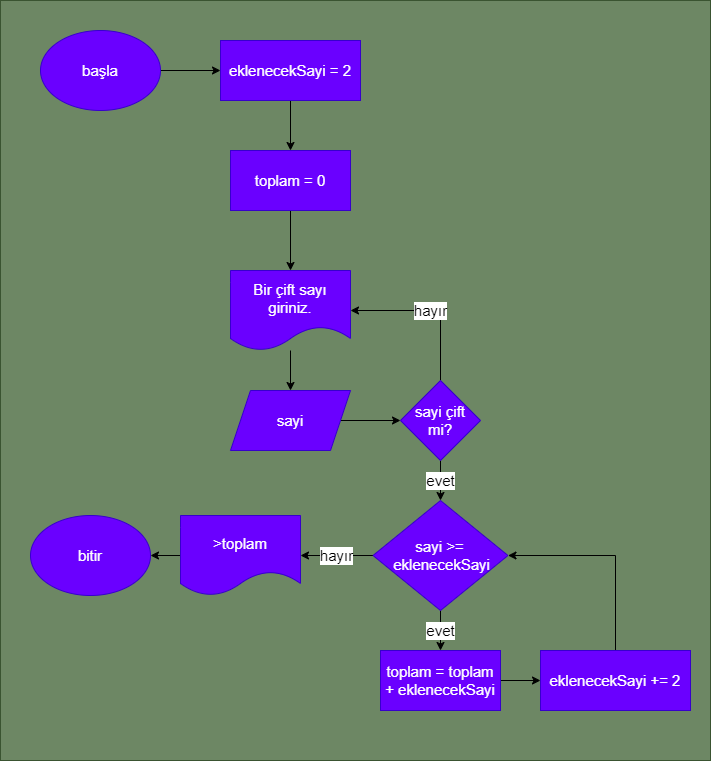
Above: SumOfEvenNumbers/SumOfEvenNumbers.drawio.png in ramazanaltintop/algorithm-flow-charts (draw.io), before the change. Source tidied: cells renumbered, new cells last; positions are measured from the earlier drawing's top-left corner, leaving out a move shared by most shapes. The source it was exported from:
```xml
<mxGraphModel>
  <root>
    <mxCell id="0" />
    <mxCell id="1" parent="0" />
    <mxCell id="2" style="rounded=0;whiteSpace=wrap;html=1;fillColor=#6d8764;fontColor=#ffffff;strokeColor=#3A5431;fontSize=15;" parent="1" vertex="1">
      <mxGeometry width="710" height="760" as="geometry" />
    </mxCell>
    <mxCell id="3" style="edgeStyle=none;html=1;entryX=0;entryY=0.5;entryDx=0;entryDy=0;fontSize=15;" parent="1" edge="1" source="4" target="17">
      <mxGeometry relative="1" as="geometry" />
    </mxCell>
    <mxCell id="4" value="başla" style="ellipse;whiteSpace=wrap;html=1;fillColor=#6a00ff;fontColor=#ffffff;strokeColor=#3700CC;fontSize=15;" parent="1" vertex="1">
      <mxGeometry x="40" y="30" width="120" height="80" as="geometry" />
    </mxCell>
    <mxCell id="5" style="edgeStyle=none;html=1;fontSize=15;" parent="1" edge="1" source="6" target="8">
      <mxGeometry relative="1" as="geometry" />
    </mxCell>
    <mxCell id="6" value="Bir çift sayı giriniz." style="shape=document;whiteSpace=wrap;html=1;boundedLbl=1;fillColor=#6a00ff;fontColor=#ffffff;strokeColor=#3700CC;fontSize=15;" parent="1" vertex="1">
      <mxGeometry x="230" y="270" width="120" height="80" as="geometry" />
    </mxCell>
    <mxCell id="7" style="edgeStyle=none;html=1;fontSize=15;" parent="1" edge="1" source="8" target="11">
      <mxGeometry relative="1" as="geometry" />
    </mxCell>
    <mxCell id="8" value="sayi" style="shape=parallelogram;perimeter=parallelogramPerimeter;whiteSpace=wrap;html=1;fixedSize=1;fillColor=#6a00ff;fontColor=#ffffff;strokeColor=#3700CC;fontSize=15;" parent="1" vertex="1">
      <mxGeometry x="230" y="390" width="120" height="60" as="geometry" />
    </mxCell>
    <mxCell id="9" value="hayır" style="edgeStyle=none;html=1;entryX=1;entryY=0.5;entryDx=0;entryDy=0;rounded=0;fontSize=15;" parent="1" edge="1" source="11" target="6">
      <mxGeometry relative="1" as="geometry">
        <Array as="points">
          <mxPoint x="440" y="310" />
        </Array>
      </mxGeometry>
    </mxCell>
    <mxCell id="10" value="evet" style="edgeStyle=none;rounded=0;html=1;entryX=0.5;entryY=0;entryDx=0;entryDy=0;fontSize=15;" parent="1" edge="1" source="11" target="22">
      <mxGeometry relative="1" as="geometry" />
    </mxCell>
    <mxCell id="11" value="sayi çift mi?" style="rhombus;whiteSpace=wrap;html=1;fillColor=#6a00ff;fontColor=#ffffff;strokeColor=#3700CC;fontSize=15;" parent="1" vertex="1">
      <mxGeometry x="400" y="380" width="80" height="80" as="geometry" />
    </mxCell>
    <mxCell id="12" style="edgeStyle=none;rounded=0;html=1;entryX=0.5;entryY=0;entryDx=0;entryDy=0;fontSize=15;" parent="1" edge="1" source="13" target="6">
      <mxGeometry relative="1" as="geometry" />
    </mxCell>
    <mxCell id="13" value="toplam = 0" style="rounded=0;whiteSpace=wrap;html=1;fillColor=#6a00ff;fontColor=#ffffff;strokeColor=#3700CC;fontSize=15;" parent="1" vertex="1">
      <mxGeometry x="230" y="150" width="120" height="60" as="geometry" />
    </mxCell>
    <mxCell id="14" style="edgeStyle=none;rounded=0;html=1;fontSize=15;" parent="1" edge="1" source="15" target="19">
      <mxGeometry relative="1" as="geometry" />
    </mxCell>
    <mxCell id="15" value="toplam = toplam + eklenecekSayi" style="rounded=0;whiteSpace=wrap;html=1;fillColor=#6a00ff;fontColor=#ffffff;strokeColor=#3700CC;fontSize=15;" parent="1" vertex="1">
      <mxGeometry x="380" y="650" width="120" height="60" as="geometry" />
    </mxCell>
    <mxCell id="16" style="edgeStyle=none;rounded=0;html=1;entryX=0.5;entryY=0;entryDx=0;entryDy=0;fontSize=15;" parent="1" edge="1" source="17" target="13">
      <mxGeometry relative="1" as="geometry" />
    </mxCell>
    <mxCell id="17" value="eklenecekSayi = 2" style="rounded=0;whiteSpace=wrap;html=1;fillColor=#6a00ff;fontColor=#ffffff;strokeColor=#3700CC;fontSize=15;" parent="1" vertex="1">
      <mxGeometry x="220" y="40" width="140" height="60" as="geometry" />
    </mxCell>
    <mxCell id="18" style="edgeStyle=none;rounded=0;html=1;exitX=0.5;exitY=0;exitDx=0;exitDy=0;entryX=1;entryY=0.5;entryDx=0;entryDy=0;fontSize=15;" parent="1" edge="1" source="19" target="22">
      <mxGeometry relative="1" as="geometry">
        <Array as="points">
          <mxPoint x="615" y="555" />
        </Array>
      </mxGeometry>
    </mxCell>
    <mxCell id="19" value="eklenecekSayi += 2" style="rounded=0;whiteSpace=wrap;html=1;fillColor=#6a00ff;fontColor=#ffffff;strokeColor=#3700CC;fontSize=15;" parent="1" vertex="1">
      <mxGeometry x="540" y="650" width="150" height="60" as="geometry" />
    </mxCell>
    <mxCell id="20" value="evet" style="edgeStyle=none;rounded=0;html=1;fontSize=15;" parent="1" edge="1" source="22" target="15">
      <mxGeometry relative="1" as="geometry" />
    </mxCell>
    <mxCell id="21" value="hayır" style="edgeStyle=none;rounded=0;html=1;entryX=1;entryY=0.5;entryDx=0;entryDy=0;fontSize=15;" parent="1" edge="1" source="22" target="25">
      <mxGeometry relative="1" as="geometry" />
    </mxCell>
    <mxCell id="22" value="sayi &amp;gt;=&lt;br style=&quot;font-size: 15px;&quot;&gt;&amp;nbsp;eklenecekSayi" style="rhombus;whiteSpace=wrap;html=1;fillColor=#6a00ff;fontColor=#ffffff;strokeColor=#3700CC;fontSize=15;" parent="1" vertex="1">
      <mxGeometry x="372.5" y="500" width="135" height="110" as="geometry" />
    </mxCell>
    <mxCell id="23" value="bitir" style="ellipse;whiteSpace=wrap;html=1;fillColor=#6a00ff;fontColor=#ffffff;strokeColor=#3700CC;fontSize=15;" parent="1" vertex="1">
      <mxGeometry x="30" y="515" width="120" height="80" as="geometry" />
    </mxCell>
    <mxCell id="24" style="edgeStyle=none;rounded=0;html=1;fontSize=15;" parent="1" edge="1" source="25" target="23">
      <mxGeometry relative="1" as="geometry" />
    </mxCell>
    <mxCell id="25" value="&amp;gt;toplam" style="shape=document;whiteSpace=wrap;html=1;boundedLbl=1;fillColor=#6a00ff;fontColor=#ffffff;strokeColor=#3700CC;fontSize=15;" parent="1" vertex="1">
      <mxGeometry x="180" y="515" width="120" height="80" as="geometry" />
    </mxCell>
  </root>
</mxGraphModel>
```
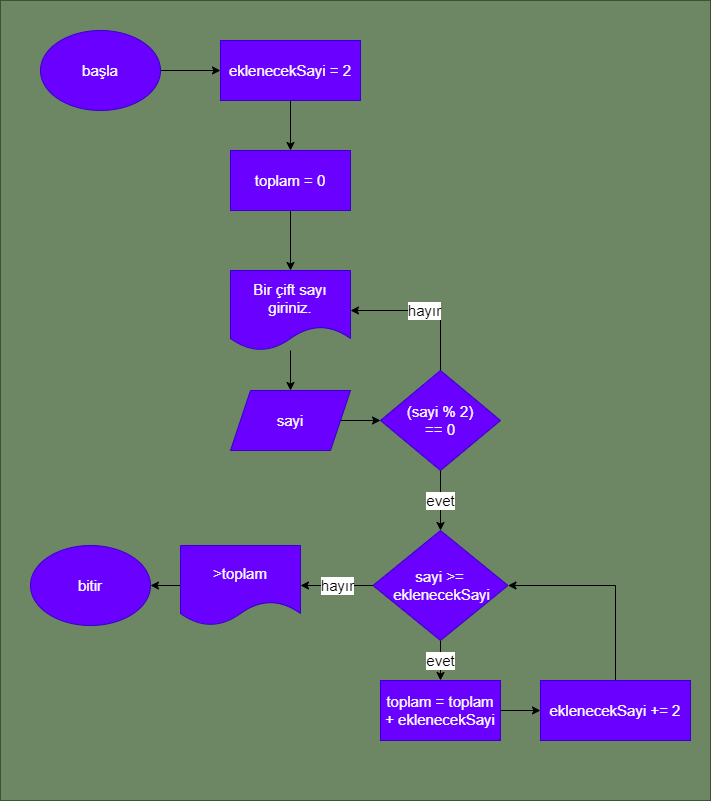
Later version of the same file.

Change to the diagram source:
```diff
@@ -3,66 +3,66 @@
     <mxCell id="0" />
     <mxCell id="1" parent="0" />
     <mxCell id="2" style="rounded=0;whiteSpace=wrap;html=1;fillColor=#6d8764;fontColor=#ffffff;strokeColor=#3A5431;fontSize=15;" parent="1" vertex="1">
-      <mxGeometry width="710" height="760" as="geometry" />
+      <mxGeometry y="-20" width="710" height="800" as="geometry" />
     </mxCell>
     <mxCell id="3" style="edgeStyle=none;html=1;entryX=0;entryY=0.5;entryDx=0;entryDy=0;fontSize=15;" parent="1" edge="1" source="4" target="17">
       <mxGeometry relative="1" as="geometry" />
     </mxCell>
     <mxCell id="4" value="başla" style="ellipse;whiteSpace=wrap;html=1;fillColor=#6a00ff;fontColor=#ffffff;strokeColor=#3700CC;fontSize=15;" parent="1" vertex="1">
-      <mxGeometry x="40" y="30" width="120" height="80" as="geometry" />
+      <mxGeometry x="40" y="10" width="120" height="80" as="geometry" />
     </mxCell>
     <mxCell id="5" style="edgeStyle=none;html=1;fontSize=15;" parent="1" edge="1" source="6" target="8">
       <mxGeometry relative="1" as="geometry" />
     </mxCell>
     <mxCell id="6" value="Bir çift sayı giriniz." style="shape=document;whiteSpace=wrap;html=1;boundedLbl=1;fillColor=#6a00ff;fontColor=#ffffff;strokeColor=#3700CC;fontSize=15;" parent="1" vertex="1">
-      <mxGeometry x="230" y="270" width="120" height="80" as="geometry" />
+      <mxGeometry x="230" y="250" width="120" height="80" as="geometry" />
     </mxCell>
     <mxCell id="7" style="edgeStyle=none;html=1;fontSize=15;" parent="1" edge="1" source="8" target="11">
       <mxGeometry relative="1" as="geometry" />
     </mxCell>
     <mxCell id="8" value="sayi" style="shape=parallelogram;perimeter=parallelogramPerimeter;whiteSpace=wrap;html=1;fixedSize=1;fillColor=#6a00ff;fontColor=#ffffff;strokeColor=#3700CC;fontSize=15;" parent="1" vertex="1">
-      <mxGeometry x="230" y="390" width="120" height="60" as="geometry" />
+      <mxGeometry x="230" y="370" width="120" height="60" as="geometry" />
     </mxCell>
     <mxCell id="9" value="hayır" style="edgeStyle=none;html=1;entryX=1;entryY=0.5;entryDx=0;entryDy=0;rounded=0;fontSize=15;" parent="1" edge="1" source="11" target="6">
       <mxGeometry relative="1" as="geometry">
         <Array as="points">
-          <mxPoint x="440" y="310" />
+          <mxPoint x="440" y="290" />
         </Array>
       </mxGeometry>
     </mxCell>
     <mxCell id="10" value="evet" style="edgeStyle=none;rounded=0;html=1;entryX=0.5;entryY=0;entryDx=0;entryDy=0;fontSize=15;" parent="1" edge="1" source="11" target="22">
       <mxGeometry relative="1" as="geometry" />
     </mxCell>
-    <mxCell id="11" value="sayi çift mi?" style="rhombus;whiteSpace=wrap;html=1;fillColor=#6a00ff;fontColor=#ffffff;strokeColor=#3700CC;fontSize=15;" parent="1" vertex="1">
-      <mxGeometry x="400" y="380" width="80" height="80" as="geometry" />
+    <mxCell id="11" value="(sayi % 2)&lt;br&gt;== 0" style="rhombus;whiteSpace=wrap;html=1;fillColor=#6a00ff;fontColor=#ffffff;strokeColor=#3700CC;fontSize=15;" parent="1" vertex="1">
+      <mxGeometry x="380" y="350" width="120" height="100" as="geometry" />
     </mxCell>
     <mxCell id="12" style="edgeStyle=none;rounded=0;html=1;entryX=0.5;entryY=0;entryDx=0;entryDy=0;fontSize=15;" parent="1" edge="1" source="13" target="6">
       <mxGeometry relative="1" as="geometry" />
     </mxCell>
     <mxCell id="13" value="toplam = 0" style="rounded=0;whiteSpace=wrap;html=1;fillColor=#6a00ff;fontColor=#ffffff;strokeColor=#3700CC;fontSize=15;" parent="1" vertex="1">
-      <mxGeometry x="230" y="150" width="120" height="60" as="geometry" />
+      <mxGeometry x="230" y="130" width="120" height="60" as="geometry" />
     </mxCell>
     <mxCell id="14" style="edgeStyle=none;rounded=0;html=1;fontSize=15;" parent="1" edge="1" source="15" target="19">
       <mxGeometry relative="1" as="geometry" />
     </mxCell>
     <mxCell id="15" value="toplam = toplam + eklenecekSayi" style="rounded=0;whiteSpace=wrap;html=1;fillColor=#6a00ff;fontColor=#ffffff;strokeColor=#3700CC;fontSize=15;" parent="1" vertex="1">
-      <mxGeometry x="380" y="650" width="120" height="60" as="geometry" />
+      <mxGeometry x="380" y="660" width="120" height="60" as="geometry" />
     </mxCell>
     <mxCell id="16" style="edgeStyle=none;rounded=0;html=1;entryX=0.5;entryY=0;entryDx=0;entryDy=0;fontSize=15;" parent="1" edge="1" source="17" target="13">
       <mxGeometry relative="1" as="geometry" />
     </mxCell>
     <mxCell id="17" value="eklenecekSayi = 2" style="rounded=0;whiteSpace=wrap;html=1;fillColor=#6a00ff;fontColor=#ffffff;strokeColor=#3700CC;fontSize=15;" parent="1" vertex="1">
-      <mxGeometry x="220" y="40" width="140" height="60" as="geometry" />
+      <mxGeometry x="220" y="20" width="140" height="60" as="geometry" />
     </mxCell>
     <mxCell id="18" style="edgeStyle=none;rounded=0;html=1;exitX=0.5;exitY=0;exitDx=0;exitDy=0;entryX=1;entryY=0.5;entryDx=0;entryDy=0;fontSize=15;" parent="1" edge="1" source="19" target="22">
       <mxGeometry relative="1" as="geometry">
         <Array as="points">
-          <mxPoint x="615" y="555" />
+          <mxPoint x="615" y="565" />
         </Array>
       </mxGeometry>
     </mxCell>
     <mxCell id="19" value="eklenecekSayi += 2" style="rounded=0;whiteSpace=wrap;html=1;fillColor=#6a00ff;fontColor=#ffffff;strokeColor=#3700CC;fontSize=15;" parent="1" vertex="1">
-      <mxGeometry x="540" y="650" width="150" height="60" as="geometry" />
+      <mxGeometry x="540" y="660" width="150" height="60" as="geometry" />
     </mxCell>
     <mxCell id="20" value="evet" style="edgeStyle=none;rounded=0;html=1;fontSize=15;" parent="1" edge="1" source="22" target="15">
       <mxGeometry relative="1" as="geometry" />
@@ -71,16 +71,16 @@
       <mxGeometry relative="1" as="geometry" />
     </mxCell>
     <mxCell id="22" value="sayi &amp;gt;=&lt;br style=&quot;font-size: 15px;&quot;&gt;&amp;nbsp;eklenecekSayi" style="rhombus;whiteSpace=wrap;html=1;fillColor=#6a00ff;fontColor=#ffffff;strokeColor=#3700CC;fontSize=15;" parent="1" vertex="1">
-      <mxGeometry x="372.5" y="500" width="135" height="110" as="geometry" />
+      <mxGeometry x="372.5" y="510" width="135" height="110" as="geometry" />
     </mxCell>
     <mxCell id="23" value="bitir" style="ellipse;whiteSpace=wrap;html=1;fillColor=#6a00ff;fontColor=#ffffff;strokeColor=#3700CC;fontSize=15;" parent="1" vertex="1">
-      <mxGeometry x="30" y="515" width="120" height="80" as="geometry" />
+      <mxGeometry x="30" y="525" width="120" height="80" as="geometry" />
     </mxCell>
     <mxCell id="24" style="edgeStyle=none;rounded=0;html=1;fontSize=15;" parent="1" edge="1" source="25" target="23">
       <mxGeometry relative="1" as="geometry" />
     </mxCell>
     <mxCell id="25" value="&amp;gt;toplam" style="shape=document;whiteSpace=wrap;html=1;boundedLbl=1;fillColor=#6a00ff;fontColor=#ffffff;strokeColor=#3700CC;fontSize=15;" parent="1" vertex="1">
-      <mxGeometry x="180" y="515" width="120" height="80" as="geometry" />
+      <mxGeometry x="180" y="525" width="120" height="80" as="geometry" />
     </mxCell>
   </root>
 </mxGraphModel>
```
